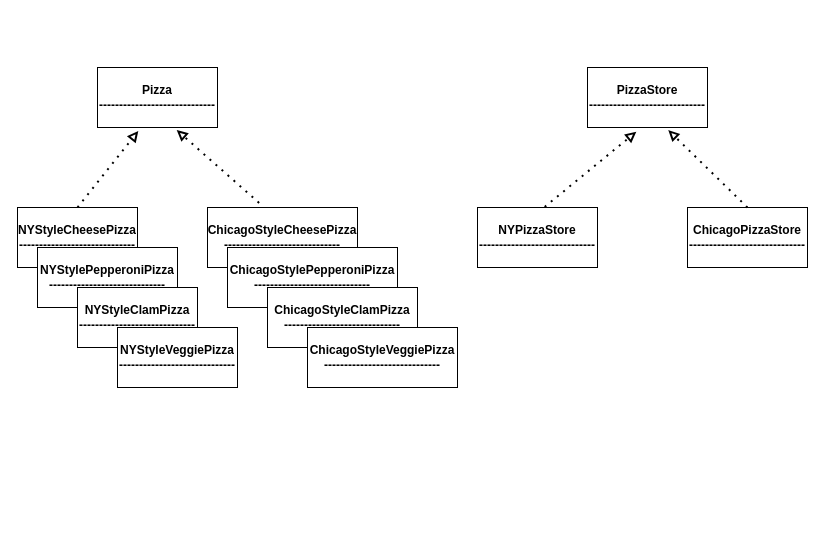
titcoi-eastlaos/diagrams- keeps this draw.io diagram as PizzafmParallel.drawio. Above is the earlier version. Source tidied: cells renumbered, new cells numbered last; positions are measured from the earlier drawing's top-left corner, leaving out a move shared by most shapes. Both pictures are drawn from the tidied source at 100%, with x=0, y=0 at pixel (17, 67).
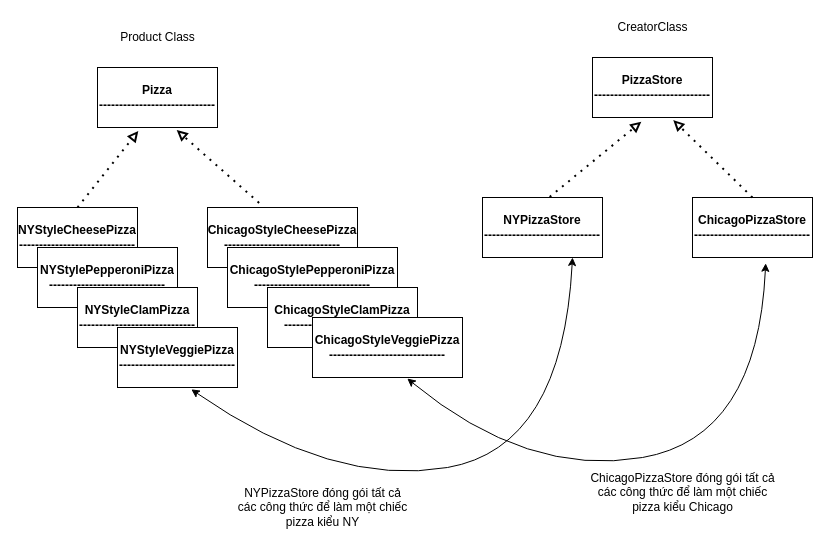
The same page after the edit.

The change refers to these unchanged cells:
```xml
<mxCell id="8" value="NYStyleVeggiePizza&lt;br&gt;-----------------------------" style="rounded=0;whiteSpace=wrap;html=1;fontStyle=1;" parent="1" vertex="1">
  <mxGeometry x="100" y="260" width="120" height="60" as="geometry" />
</mxCell>
```

The edit, as a diff of the source:
```diff
@@
     <mxCell id="3" value="&lt;span&gt;PizzaStore&lt;/span&gt;&lt;br&gt;-----------------------------" style="rounded=0;whiteSpace=wrap;html=1;fontStyle=1;" parent="1" vertex="1">
-      <mxGeometry x="570" width="120" height="60" as="geometry" />
+      <mxGeometry x="575" y="-10" width="120" height="60" as="geometry" />
     </mxCell>
     <mxCell id="4" value="NYPizzaStore&lt;br&gt;-----------------------------" style="rounded=0;whiteSpace=wrap;html=1;fontStyle=1;" parent="1" vertex="1">
-      <mxGeometry x="460" y="140" width="120" height="60" as="geometry" />
+      <mxGeometry x="465" y="130" width="120" height="60" as="geometry" />
     </mxCell>
@@
     <mxCell id="12" value="ChicagoStyleVeggiePizza&lt;br&gt;-----------------------------" style="rounded=0;whiteSpace=wrap;html=1;fontStyle=1;" parent="1" vertex="1">
-      <mxGeometry x="290" y="260" width="150" height="60" as="geometry" />
+      <mxGeometry x="295" y="250" width="150" height="60" as="geometry" />
     </mxCell>
     <mxCell id="13" value="ChicagoPizzaStore&lt;br&gt;-----------------------------" style="rounded=0;whiteSpace=wrap;html=1;fontStyle=1;" parent="1" vertex="1">
-      <mxGeometry x="670" y="140" width="120" height="60" as="geometry" />
+      <mxGeometry x="675" y="130" width="120" height="60" as="geometry" />
     </mxCell>
@@
+    <mxCell id="18" style="curved=1;endArrow=classic;html=1;rounded=0;startArrow=classic;startFill=1;entryX=0.75;entryY=1;entryDx=0;entryDy=0;exitX=0.615;exitY=1.03;exitDx=0;exitDy=0;exitPerimeter=0;" parent="1" edge="1" source="8" target="4">
+      <mxGeometry relative="1" as="geometry">
+        <Array as="points">
+          <mxPoint x="315" y="420" />
+          <mxPoint x="545" y="380" />
+        </Array>
+      </mxGeometry>
+    </mxCell>
+    <mxCell id="19" style="curved=1;endArrow=classic;html=1;rounded=0;startArrow=classic;startFill=1;entryX=0.61;entryY=1.097;entryDx=0;entryDy=0;entryPerimeter=0;exitX=0.632;exitY=1.017;exitDx=0;exitDy=0;exitPerimeter=0;" parent="1" edge="1" source="12" target="13">
+      <mxGeometry relative="1" as="geometry">
+        <Array as="points">
+          <mxPoint x="510" y="410" />
+          <mxPoint x="740" y="370" />
+        </Array>
+      </mxGeometry>
+    </mxCell>
+    <mxCell id="20" value="NYPizzaStore đóng gói tất cả &lt;br&gt;các công thức&amp;nbsp;để làm một chiếc &lt;br&gt;pizza kiểu NY" style="text;html=1;align=center;verticalAlign=middle;strokeColor=none;fillColor=none;" parent="1" vertex="1">
+      <mxGeometry x="210" y="415" width="190" height="50" as="geometry" />
+    </mxCell>
+    <mxCell id="21" value="ChicagoPizzaStore đóng gói tất cả &lt;br&gt;các công thức&amp;nbsp;để làm một chiếc &lt;br&gt;pizza kiểu Chicago" style="text;html=1;align=center;verticalAlign=middle;strokeColor=none;fillColor=none;" parent="1" vertex="1">
+      <mxGeometry x="565" y="400" width="200" height="50" as="geometry" />
+    </mxCell>
+    <mxCell id="22" value="Product Class" style="text;html=1;align=center;verticalAlign=middle;strokeColor=none;fillColor=none;" parent="1" vertex="1">
+      <mxGeometry x="95" y="-40" width="90" height="20" as="geometry" />
+    </mxCell>
+    <mxCell id="23" value="CreatorClass&lt;br&gt;" style="text;html=1;align=center;verticalAlign=middle;strokeColor=none;fillColor=none;" parent="1" vertex="1">
+      <mxGeometry x="590" y="-50" width="90" height="20" as="geometry" />
+    </mxCell>
```
